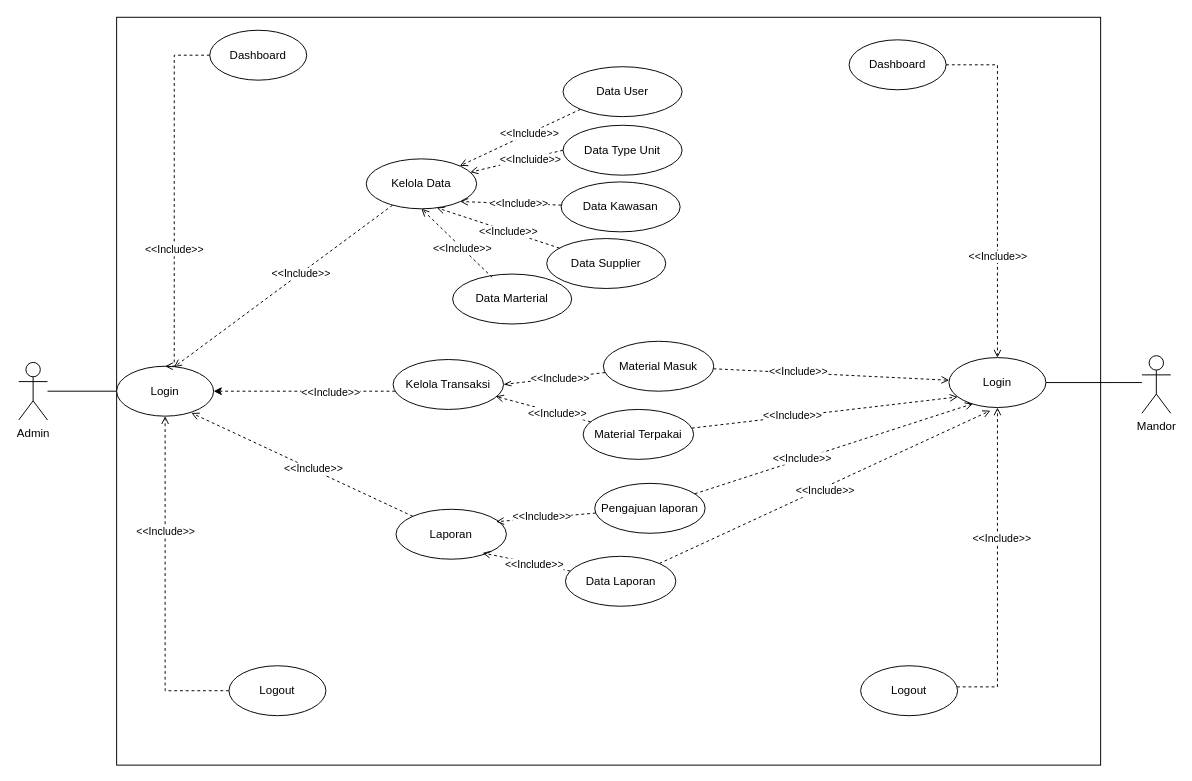
Above: page "USE CASE" (13 of 15) of sequence_diagram_login_logout.drawio in massbudii/Medina-Residence (draw.io), before the change. Source tidied: cells renumbered, new cells numbered last; positions are measured from the earlier drawing's top-left corner, leaving out a move shared by most shapes. Both pictures are drawn from the tidied source at 96%, with x=0, y=0 at pixel (18, 17).
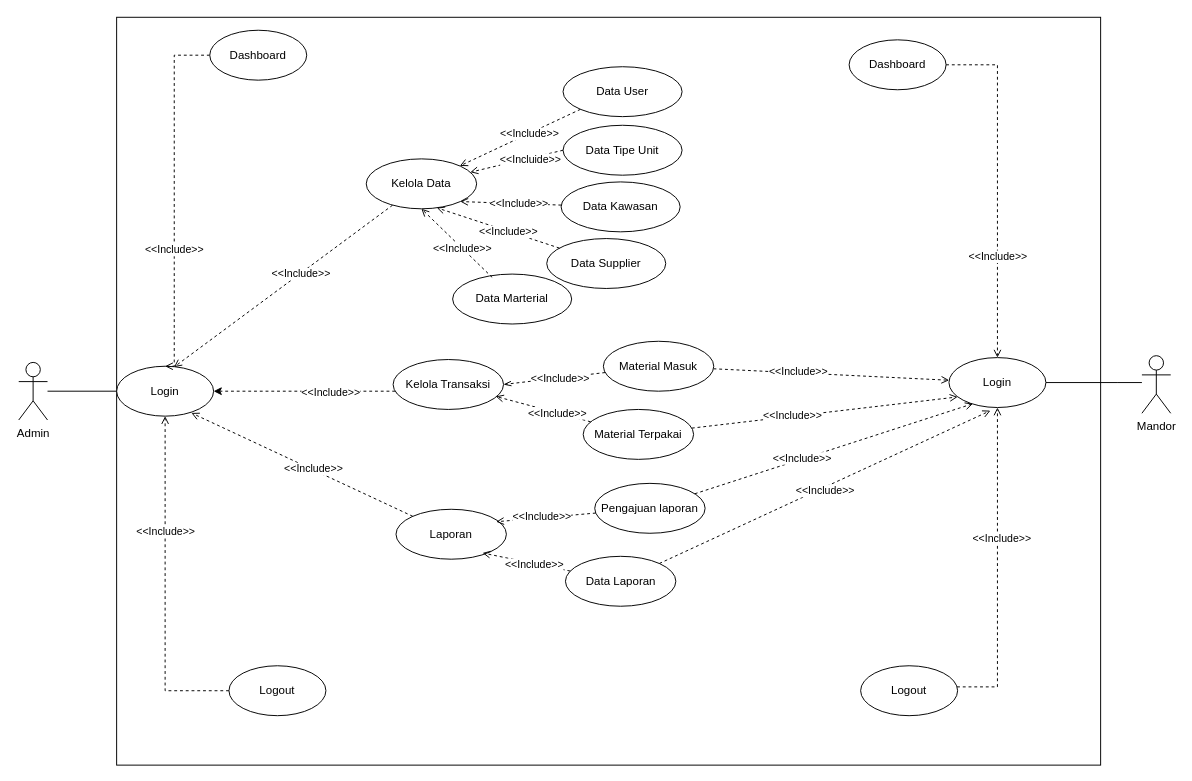
Above is the later version.

Diff of the diagram source:
```diff
@@
-    <mxCell id="20" value="Data Type Unit" style="ellipse;whiteSpace=wrap;html=1;" parent="1" vertex="1">
+    <mxCell id="20" value="Data Tipe Unit" style="ellipse;whiteSpace=wrap;html=1;" parent="1" vertex="1">
       <mxGeometry x="567" y="112" width="124" height="52" as="geometry" />
     </mxCell>
```
